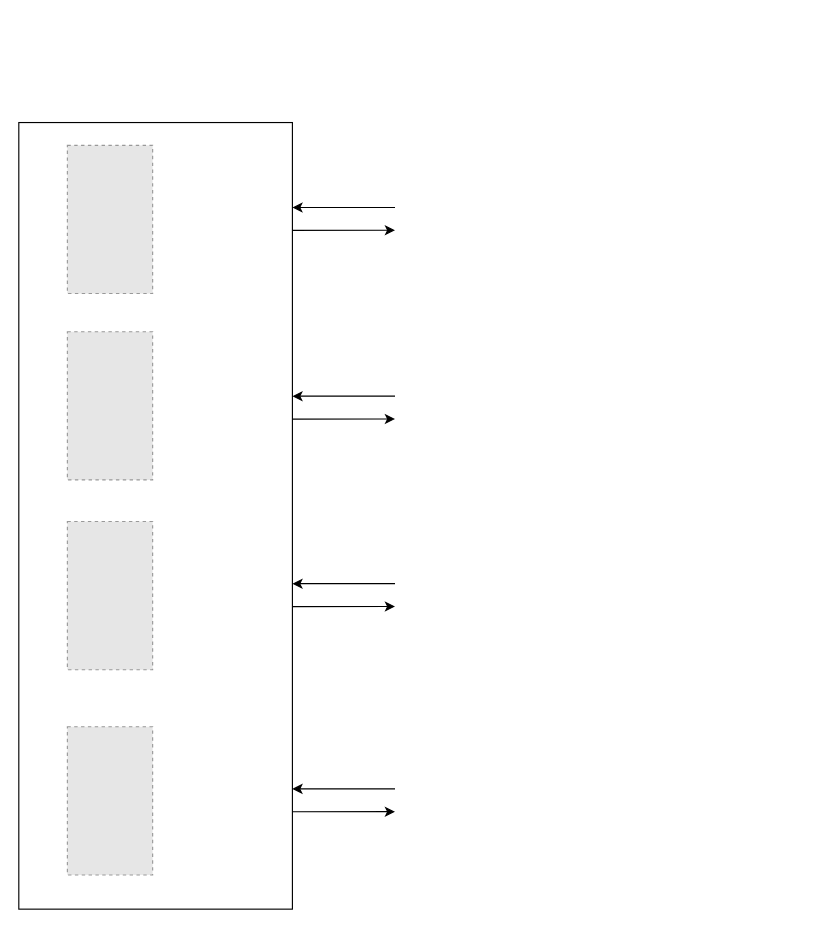
Before: Trabajo Comunicación Industrial.drawio in lucasmarti11/TFG_Arduino, a draw.io diagram. Source tidied: cells renumbered, new cells numbered last; positions are measured from the earlier drawing's top-left corner, leaving out a move shared by most shapes. Both pictures are drawn from the tidied source at 114%, with x=0, y=0 at pixel (18, 122). Pictures stored in the file or linked from it are replaced by grey dashed boxes.
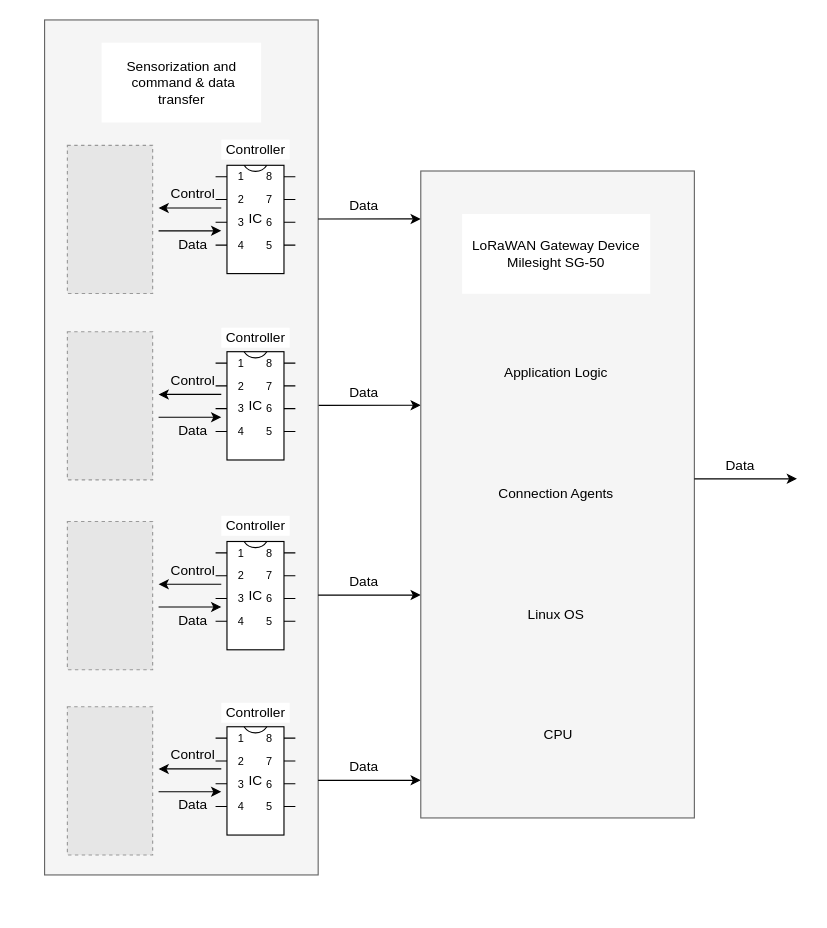
The same diagram, later.

Diff of the diagram source:
```diff
@@
     <mxCell id="2" style="endArrow=classic;html=1;rounded=0;exitX=0.994;exitY=0.694;exitDx=0;exitDy=0;exitPerimeter=0;" parent="1" edge="1">
       <mxGeometry relative="1" as="geometry">
-        <mxPoint x="240" y="260.1" as="sourcePoint" />
-        <mxPoint x="330" y="260" as="targetPoint" />
+        <mxPoint x="262.6" y="248.1" as="sourcePoint" />
+        <mxPoint x="352.6" y="248" as="targetPoint" />
       </mxGeometry>
     </mxCell>
-    <mxCell id="3" style="rounded=0;whiteSpace=wrap;html=1;" parent="1" vertex="1">
-      <mxGeometry width="240" height="690" as="geometry" />
+    <mxCell id="3" style="rounded=0;whiteSpace=wrap;html=1;fillColor=#f5f5f5;strokeColor=#666666;fontColor=#333333;" parent="1" vertex="1">
+      <mxGeometry x="22.6" y="-90" width="240" height="750" as="geometry" />
     </mxCell>
-    <mxCell id="4" style="endArrow=classic;html=1;rounded=0;" parent="1" edge="1">
-      <mxGeometry relative="1" as="geometry">
-        <mxPoint x="330" y="240" as="sourcePoint" />
-        <mxPoint x="240" y="240" as="targetPoint" />
-      </mxGeometry>
-    </mxCell>
@@
     <mxCell id="7" style="fillColor=#E6E6E6;strokeColor=#999999;dashed=1;verticalLabelPosition=bottom;labelBackgroundColor=default;verticalAlign=top;" parent="1" vertex="1">
-      <mxGeometry x="42.6" y="530" width="74.8" height="130" as="geometry" />
+      <mxGeometry x="42.6" y="512.5" width="74.8" height="130" as="geometry" />
     </mxCell>
@@
     <mxCell id="9" style="endArrow=classic;html=1;rounded=0;exitX=0.994;exitY=0.694;exitDx=0;exitDy=0;exitPerimeter=0;" parent="1" edge="1">
       <mxGeometry relative="1" as="geometry">
-        <mxPoint x="240" y="94.6" as="sourcePoint" />
-        <mxPoint x="330" y="94.5" as="targetPoint" />
+        <mxPoint x="262.6" y="84.6" as="sourcePoint" />
+        <mxPoint x="352.6" y="84.5" as="targetPoint" />
       </mxGeometry>
     </mxCell>
-    <mxCell id="10" style="endArrow=classic;html=1;rounded=0;" parent="1" edge="1">
-      <mxGeometry relative="1" as="geometry">
-        <mxPoint x="330" y="74.5" as="sourcePoint" />
-        <mxPoint x="240" y="74.5" as="targetPoint" />
-      </mxGeometry>
-    </mxCell>
     <mxCell id="11" style="endArrow=classic;html=1;rounded=0;exitX=0.994;exitY=0.694;exitDx=0;exitDy=0;exitPerimeter=0;" parent="1" edge="1">
       <mxGeometry relative="1" as="geometry">
-        <mxPoint x="240" y="424.6" as="sourcePoint" />
-        <mxPoint x="330" y="424.5" as="targetPoint" />
+        <mxPoint x="262.6" y="414.6" as="sourcePoint" />
+        <mxPoint x="352.6" y="414.5" as="targetPoint" />
       </mxGeometry>
     </mxCell>
-    <mxCell id="12" style="endArrow=classic;html=1;rounded=0;" parent="1" edge="1">
-      <mxGeometry relative="1" as="geometry">
-        <mxPoint x="330" y="404.5" as="sourcePoint" />
-        <mxPoint x="240" y="404.5" as="targetPoint" />
-      </mxGeometry>
-    </mxCell>
     <mxCell id="13" style="endArrow=classic;html=1;rounded=0;exitX=0.994;exitY=0.694;exitDx=0;exitDy=0;exitPerimeter=0;" parent="1" edge="1">
       <mxGeometry relative="1" as="geometry">
-        <mxPoint x="240" y="604.6" as="sourcePoint" />
-        <mxPoint x="330" y="604.5" as="targetPoint" />
+        <mxPoint x="262.6" y="577.1" as="sourcePoint" />
+        <mxPoint x="352.6" y="577" as="targetPoint" />
       </mxGeometry>
     </mxCell>
-    <mxCell id="14" style="endArrow=classic;html=1;rounded=0;" parent="1" edge="1">
-      <mxGeometry relative="1" as="geometry">
-        <mxPoint x="330" y="584.5" as="sourcePoint" />
-        <mxPoint x="240" y="584.5" as="targetPoint" />
-      </mxGeometry>
-    </mxCell>
+    <mxCell id="15" value="IC" style="shadow=0;dashed=0;align=center;html=1;strokeWidth=1;shape=mxgraph.electrical.logic_gates.dual_inline_ic;labelNames=a,b,c,d,e,f,g,h,i,j,k,l,m,n,o,p,q,r,s,t;whiteSpace=wrap;" parent="1" vertex="1">
+      <mxGeometry x="172.6" y="37.5" width="70" height="95" as="geometry" />
+    </mxCell>
+    <mxCell id="16" value="IC" style="shadow=0;dashed=0;align=center;html=1;strokeWidth=1;shape=mxgraph.electrical.logic_gates.dual_inline_ic;labelNames=a,b,c,d,e,f,g,h,i,j,k,l,m,n,o,p,q,r,s,t;whiteSpace=wrap;" parent="1" vertex="1">
+      <mxGeometry x="172.6" y="201" width="70" height="95" as="geometry" />
+    </mxCell>
+    <mxCell id="17" value="IC" style="shadow=0;dashed=0;align=center;html=1;strokeWidth=1;shape=mxgraph.electrical.logic_gates.dual_inline_ic;labelNames=a,b,c,d,e,f,g,h,i,j,k,l,m,n,o,p,q,r,s,t;whiteSpace=wrap;" parent="1" vertex="1">
+      <mxGeometry x="172.6" y="367.5" width="70" height="95" as="geometry" />
+    </mxCell>
+    <mxCell id="18" value="IC" style="shadow=0;dashed=0;align=center;html=1;strokeWidth=1;shape=mxgraph.electrical.logic_gates.dual_inline_ic;labelNames=a,b,c,d,e,f,g,h,i,j,k,l,m,n,o,p,q,r,s,t;whiteSpace=wrap;" parent="1" vertex="1">
+      <mxGeometry x="172.6" y="530" width="70" height="95" as="geometry" />
+    </mxCell>
+    <mxCell id="19" style="endArrow=classic;html=1;rounded=0;" parent="1" edge="1">
+      <mxGeometry relative="1" as="geometry">
+        <mxPoint x="122.6" y="587" as="sourcePoint" />
+        <mxPoint x="177.6" y="587" as="targetPoint" />
+        <Array as="points">
+          <mxPoint x="157.6" y="587" />
+        </Array>
+      </mxGeometry>
+    </mxCell>
+    <mxCell id="20" style="endArrow=classic;html=1;rounded=0;" parent="1" edge="1">
+      <mxGeometry relative="1" as="geometry">
+        <mxPoint x="177.6" y="567" as="sourcePoint" />
+        <mxPoint x="122.6" y="567" as="targetPoint" />
+      </mxGeometry>
+    </mxCell>
+    <mxCell id="21" value="Control" style="text;html=1;align=center;verticalAlign=middle;whiteSpace=wrap;rounded=0;" parent="1" vertex="1">
+      <mxGeometry x="122.6" y="550" width="60" height="10" as="geometry" />
+    </mxCell>
+    <mxCell id="22" value="Data" style="text;html=1;align=center;verticalAlign=middle;whiteSpace=wrap;rounded=0;" parent="1" vertex="1">
+      <mxGeometry x="122.6" y="594" width="60" height="10" as="geometry" />
+    </mxCell>
+    <mxCell id="23" style="endArrow=classic;html=1;rounded=0;" parent="1" edge="1">
+      <mxGeometry relative="1" as="geometry">
+        <mxPoint x="122.6" y="425" as="sourcePoint" />
+        <mxPoint x="177.6" y="425" as="targetPoint" />
+        <Array as="points">
+          <mxPoint x="157.6" y="425" />
+        </Array>
+      </mxGeometry>
+    </mxCell>
+    <mxCell id="24" style="endArrow=classic;html=1;rounded=0;" parent="1" edge="1">
+      <mxGeometry relative="1" as="geometry">
+        <mxPoint x="177.6" y="405" as="sourcePoint" />
+        <mxPoint x="122.6" y="405" as="targetPoint" />
+      </mxGeometry>
+    </mxCell>
+    <mxCell id="25" value="Control" style="text;html=1;align=center;verticalAlign=middle;whiteSpace=wrap;rounded=0;" parent="1" vertex="1">
+      <mxGeometry x="122.6" y="388" width="60" height="10" as="geometry" />
+    </mxCell>
+    <mxCell id="26" value="Data" style="text;html=1;align=center;verticalAlign=middle;whiteSpace=wrap;rounded=0;" parent="1" vertex="1">
+      <mxGeometry x="122.6" y="432" width="60" height="10" as="geometry" />
+    </mxCell>
+    <mxCell id="27" style="endArrow=classic;html=1;rounded=0;" parent="1" edge="1">
+      <mxGeometry relative="1" as="geometry">
+        <mxPoint x="122.6" y="258.5" as="sourcePoint" />
+        <mxPoint x="177.6" y="258.5" as="targetPoint" />
+        <Array as="points">
+          <mxPoint x="157.6" y="258.5" />
+        </Array>
+      </mxGeometry>
+    </mxCell>
+    <mxCell id="28" style="endArrow=classic;html=1;rounded=0;" parent="1" edge="1">
+      <mxGeometry relative="1" as="geometry">
+        <mxPoint x="177.6" y="238.5" as="sourcePoint" />
+        <mxPoint x="122.6" y="238.5" as="targetPoint" />
+      </mxGeometry>
+    </mxCell>
+    <mxCell id="29" value="Control" style="text;html=1;align=center;verticalAlign=middle;whiteSpace=wrap;rounded=0;" parent="1" vertex="1">
+      <mxGeometry x="122.6" y="221.5" width="60" height="10" as="geometry" />
+    </mxCell>
+    <mxCell id="30" value="Data" style="text;html=1;align=center;verticalAlign=middle;whiteSpace=wrap;rounded=0;" parent="1" vertex="1">
+      <mxGeometry x="122.6" y="265.5" width="60" height="10" as="geometry" />
+    </mxCell>
+    <mxCell id="31" style="endArrow=classic;html=1;rounded=0;" parent="1" edge="1">
+      <mxGeometry relative="1" as="geometry">
+        <mxPoint x="122.6" y="95" as="sourcePoint" />
+        <mxPoint x="177.6" y="95" as="targetPoint" />
+        <Array as="points">
+          <mxPoint x="157.6" y="95" />
+        </Array>
+      </mxGeometry>
+    </mxCell>
+    <mxCell id="32" style="endArrow=classic;html=1;rounded=0;" parent="1" edge="1">
+      <mxGeometry relative="1" as="geometry">
+        <mxPoint x="177.6" y="75" as="sourcePoint" />
+        <mxPoint x="122.6" y="75" as="targetPoint" />
+      </mxGeometry>
+    </mxCell>
+    <mxCell id="33" value="Control" style="text;html=1;align=center;verticalAlign=middle;whiteSpace=wrap;rounded=0;" parent="1" vertex="1">
+      <mxGeometry x="122.6" y="58" width="60" height="10" as="geometry" />
+    </mxCell>
+    <mxCell id="34" value="Data" style="text;html=1;align=center;verticalAlign=middle;whiteSpace=wrap;rounded=0;" parent="1" vertex="1">
+      <mxGeometry x="122.6" y="102" width="60" height="10" as="geometry" />
+    </mxCell>
+    <mxCell id="35" value="Sensorization and&lt;div&gt;&amp;nbsp;command &amp;amp; data transfer&lt;/div&gt;" style="text;html=1;align=center;verticalAlign=middle;whiteSpace=wrap;rounded=0;fillColor=default;" parent="1" vertex="1">
+      <mxGeometry x="72.6" y="-70" width="140" height="70" as="geometry" />
+    </mxCell>
+    <mxCell id="36" style="rounded=0;whiteSpace=wrap;html=1;fillColor=#f5f5f5;strokeColor=#666666;fontColor=#333333;" parent="1" vertex="1">
+      <mxGeometry x="352.6" y="42.5" width="240" height="567.5" as="geometry" />
+    </mxCell>
+    <mxCell id="37" value="Controller" style="text;html=1;align=center;verticalAlign=middle;whiteSpace=wrap;rounded=0;fillColor=default;" parent="1" vertex="1">
+      <mxGeometry x="177.6" y="15" width="60" height="17.5" as="geometry" />
+    </mxCell>
+    <mxCell id="38" value="Controller" style="text;html=1;align=center;verticalAlign=middle;whiteSpace=wrap;rounded=0;fillColor=default;" parent="1" vertex="1">
+      <mxGeometry x="177.6" y="180" width="60" height="17.5" as="geometry" />
+    </mxCell>
+    <mxCell id="39" value="Controller" style="text;html=1;align=center;verticalAlign=middle;whiteSpace=wrap;rounded=0;fillColor=default;" parent="1" vertex="1">
+      <mxGeometry x="177.6" y="345" width="60" height="17.5" as="geometry" />
+    </mxCell>
+    <mxCell id="40" value="Controller" style="text;html=1;align=center;verticalAlign=middle;whiteSpace=wrap;rounded=0;fillColor=default;" parent="1" vertex="1">
+      <mxGeometry x="177.6" y="509" width="60" height="17.5" as="geometry" />
+    </mxCell>
+    <mxCell id="41" value="LoRaWAN Gateway Device&lt;div&gt;Milesight SG-50&lt;/div&gt;" style="text;html=1;align=center;verticalAlign=middle;whiteSpace=wrap;rounded=0;fillColor=default;" parent="1" vertex="1">
+      <mxGeometry x="388.9" y="80.2" width="165" height="70" as="geometry" />
+    </mxCell>
+    <mxCell id="42" value="Application Logic" style="text;html=1;align=center;verticalAlign=middle;whiteSpace=wrap;rounded=0;fillColor=none;" parent="1" vertex="1">
+      <mxGeometry x="388.9" y="184.8" width="165" height="70" as="geometry" />
+    </mxCell>
+    <mxCell id="43" value="Connection Agents" style="text;html=1;align=center;verticalAlign=middle;whiteSpace=wrap;rounded=0;fillColor=none;" parent="1" vertex="1">
+      <mxGeometry x="388.9" y="290.8" width="165" height="70" as="geometry" />
+    </mxCell>
+    <mxCell id="44" value="Linux OS" style="text;html=1;align=center;verticalAlign=middle;whiteSpace=wrap;rounded=0;fillColor=none;" parent="1" vertex="1">
+      <mxGeometry x="388.9" y="397.2" width="165" height="70" as="geometry" />
+    </mxCell>
+    <mxCell id="45" value="CPU" style="text;html=1;align=center;verticalAlign=middle;whiteSpace=wrap;rounded=0;fillColor=none;" parent="1" vertex="1">
+      <mxGeometry x="391.4" y="502.2" width="165" height="70" as="geometry" />
+    </mxCell>
+    <mxCell id="46" value="Data" style="text;html=1;align=center;verticalAlign=middle;whiteSpace=wrap;rounded=0;" parent="1" vertex="1">
+      <mxGeometry x="272.6" y="68" width="60" height="10" as="geometry" />
+    </mxCell>
+    <mxCell id="47" value="Data" style="text;html=1;align=center;verticalAlign=middle;whiteSpace=wrap;rounded=0;" parent="1" vertex="1">
+      <mxGeometry x="272.6" y="231.5" width="60" height="10" as="geometry" />
+    </mxCell>
+    <mxCell id="48" value="Data" style="text;html=1;align=center;verticalAlign=middle;whiteSpace=wrap;rounded=0;" parent="1" vertex="1">
+      <mxGeometry x="272.6" y="398" width="60" height="10" as="geometry" />
+    </mxCell>
+    <mxCell id="49" value="Data" style="text;html=1;align=center;verticalAlign=middle;whiteSpace=wrap;rounded=0;" parent="1" vertex="1">
+      <mxGeometry x="272.6" y="560" width="60" height="10" as="geometry" />
+    </mxCell>
+    <mxCell id="50" style="endArrow=classic;html=1;rounded=0;exitX=0.994;exitY=0.694;exitDx=0;exitDy=0;exitPerimeter=0;" parent="1" edge="1">
+      <mxGeometry relative="1" as="geometry">
+        <mxPoint x="592.6" y="312.6" as="sourcePoint" />
+        <mxPoint x="682.6" y="312.5" as="targetPoint" />
+      </mxGeometry>
+    </mxCell>
+    <mxCell id="51" value="Data" style="text;html=1;align=center;verticalAlign=middle;whiteSpace=wrap;rounded=0;" parent="1" vertex="1">
+      <mxGeometry x="602.6" y="296" width="60" height="10" as="geometry" />
+    </mxCell>
```
